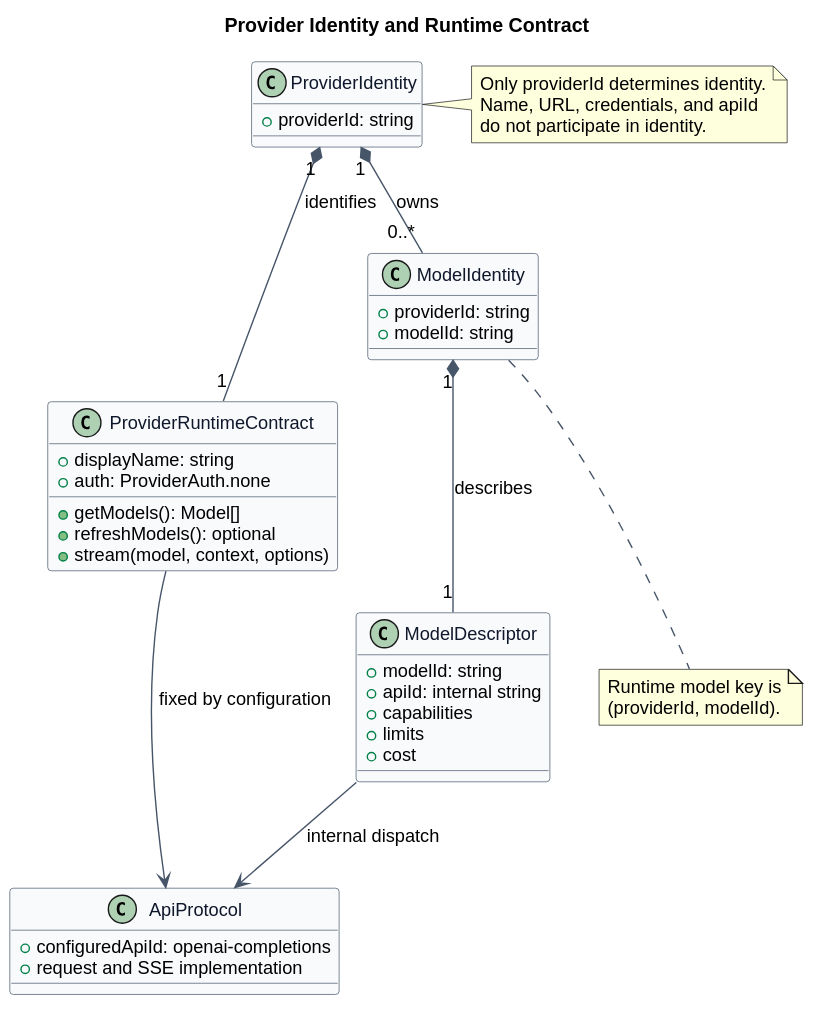
The PlantUML diagram 02-服务与接口/03-模型管理Provider契约/provider_identity_model.svg in ssm0808/pi-mono-java-design, before a commit.
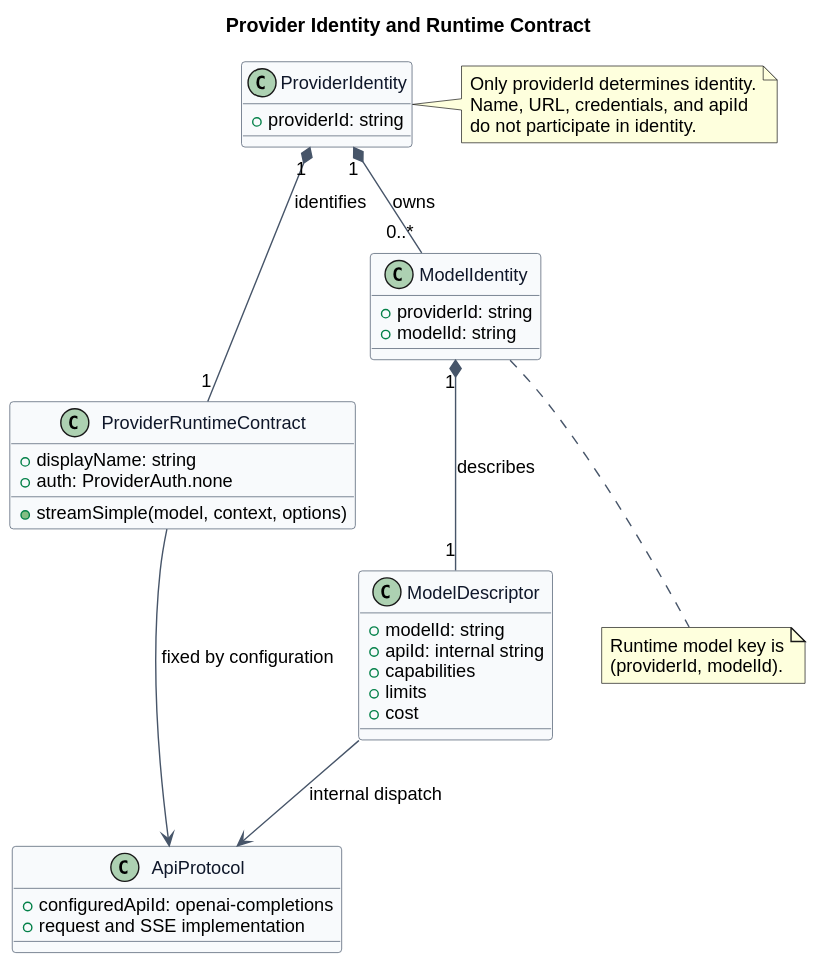
The same diagram one commit later.

Diff of the diagram source:
```diff
@@ -20,9 +20,7 @@
 class ProviderRuntimeContract {
   +displayName: string
   +auth: ProviderAuth.none
-  +getModels(): Model[]
-  +refreshModels(): optional
-  +stream(model, context, options)
+  +streamSimple(model, context, options)
 }
 
 class ModelIdentity {
```
